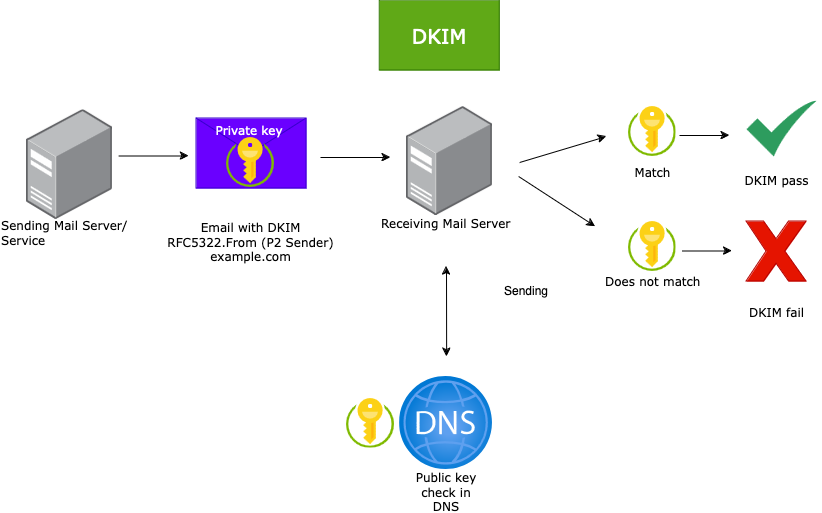
vand3rlinden/vand3rlinden.github.io keeps this draw.io diagram as docs/images/spf-dkim-dmarc-explanation/dkim-visual.png. Above is the earlier version. Source tidied: cells renumbered, new cells last; positions are measured from the earlier drawing's top-left corner, leaving out a move shared by most shapes. Source of this version:
```xml
<mxGraphModel>
  <root>
    <mxCell id="0" />
    <mxCell id="1" parent="0" />
    <mxCell id="2" value="DKIM" style="text;html=1;align=center;verticalAlign=middle;whiteSpace=wrap;rounded=0;fillColor=#60a917;strokeColor=#2D7600;fontColor=#ffffff;fontFamily=Verdana;fontSize=20;" parent="1" vertex="1">
      <mxGeometry x="380.1" width="120" height="70" as="geometry" />
    </mxCell>
    <mxCell id="3" style="shape=message;html=1;html=1;labelPosition=center;verticalLabelPosition=bottom;align=center;verticalAlign=top;fillColor=#6a00ff;fontColor=#ffffff;strokeColor=#3700CC;" parent="1" vertex="1">
      <mxGeometry x="197" y="118" width="110" height="70" as="geometry" />
    </mxCell>
    <mxCell id="4" style="image;sketch=0;html=1;align=center;fontSize=12;image=img/lib/mscae/Key_Vaults.svg;" parent="1" vertex="1">
      <mxGeometry x="227" y="137" width="48" height="50" as="geometry" />
    </mxCell>
    <mxCell id="5" value="Email with DKIM&lt;br&gt;&lt;div&gt;RFC5322.From (P2 Sender)&lt;/div&gt;&lt;div&gt;example.com&lt;br&gt;&lt;/div&gt;" style="text;html=1;align=center;verticalAlign=middle;strokeColor=none;fillColor=none;fontFamily=Verdana;" parent="1" vertex="1">
      <mxGeometry x="156" y="211" width="190" height="60" as="geometry" />
    </mxCell>
    <mxCell id="6" style="endArrow=classic;html=1;rounded=0;" parent="1" edge="1">
      <mxGeometry relative="1" as="geometry">
        <mxPoint x="321" y="157" as="sourcePoint" />
        <mxPoint x="391" y="157" as="targetPoint" />
      </mxGeometry>
    </mxCell>
    <mxCell id="7" style="image;html=1;align=center;shadow=0;dashed=0;image=img/lib/allied_telesis/computer_and_terminals/Server_Desktop.svg;" parent="1" vertex="1">
      <mxGeometry x="407" y="106" width="86.3" height="109.4" as="geometry" />
    </mxCell>
    <mxCell id="8" value="Receiving Mail Server" style="text;whiteSpace=wrap;html=1;fontFamily=Verdana;" parent="1" vertex="1">
      <mxGeometry x="380.1" y="209" width="140" height="40" as="geometry" />
    </mxCell>
    <mxCell id="9" style="image;html=1;align=center;fontSize=12;image=img/lib/azure2/networking/DNS_Zones.svg;" parent="1" vertex="1">
      <mxGeometry x="400.1" y="376" width="93.2" height="93.2" as="geometry" />
    </mxCell>
    <mxCell id="10" value="Private key" style="text;html=1;align=center;verticalAlign=middle;whiteSpace=wrap;rounded=0;fontColor=#FFFFFF;fontFamily=Verdana;" parent="1" vertex="1">
      <mxGeometry x="210" y="114" width="80" height="30" as="geometry" />
    </mxCell>
    <mxCell id="11" value="Public key check in DNS" style="text;html=1;align=center;verticalAlign=middle;whiteSpace=wrap;rounded=0;fontColor=#000000;fontFamily=Verdana;fontStyle=0;" parent="1" vertex="1">
      <mxGeometry x="406.7" y="476" width="80" height="30" as="geometry" />
    </mxCell>
    <mxCell id="12" style="endArrow=classic;startArrow=classic;html=1;rounded=0;" parent="1" edge="1">
      <mxGeometry relative="1" as="geometry">
        <mxPoint x="447.1" y="356" as="sourcePoint" />
        <mxPoint x="447" y="266" as="targetPoint" />
      </mxGeometry>
    </mxCell>
    <mxCell id="13" value="Match" style="text;html=1;align=center;verticalAlign=middle;strokeColor=none;fillColor=none;fontFamily=Verdana;" parent="1" vertex="1">
      <mxGeometry x="622.5" y="156" width="60" height="30" as="geometry" />
    </mxCell>
    <mxCell id="14" value="Does not match" style="text;whiteSpace=wrap;html=1;fontFamily=Verdana;" parent="1" vertex="1">
      <mxGeometry x="604" y="267" width="110" height="40" as="geometry" />
    </mxCell>
    <mxCell id="15" style="endArrow=classic;html=1;rounded=0;" parent="1" edge="1">
      <mxGeometry relative="1" as="geometry">
        <mxPoint x="520.1" y="162" as="sourcePoint" />
        <mxPoint x="607" y="136" as="targetPoint" />
      </mxGeometry>
    </mxCell>
    <mxCell id="16" style="endArrow=classic;html=1;rounded=0;fontStyle=0;" parent="1" edge="1">
      <mxGeometry relative="1" as="geometry">
        <mxPoint x="519.1" y="176" as="sourcePoint" />
        <mxPoint x="596" y="226" as="targetPoint" />
      </mxGeometry>
    </mxCell>
    <mxCell id="17" style="sketch=0;html=1;strokeColor=none;shadow=0;align=center;fillColor=#2D9C5E;verticalAlign=top;labelPosition=center;verticalLabelPosition=bottom;shape=mxgraph.gcp2.check;" parent="1" vertex="1">
      <mxGeometry x="747" y="100" width="70" height="56" as="geometry" />
    </mxCell>
    <mxCell id="18" value="DKIM pass" style="text;html=1;align=center;verticalAlign=middle;strokeColor=none;fillColor=none;fontFamily=Verdana;" parent="1" vertex="1">
      <mxGeometry x="732" y="164" width="90" height="30" as="geometry" />
    </mxCell>
    <mxCell id="19" style="verticalLabelPosition=bottom;verticalAlign=top;html=1;shape=mxgraph.basic.x;fillColor=#e51400;fontColor=#ffffff;strokeColor=#B20000;" parent="1" vertex="1">
      <mxGeometry x="747" y="221" width="60" height="60" as="geometry" />
    </mxCell>
    <mxCell id="20" value="DKIM fail" style="text;html=1;align=center;verticalAlign=middle;strokeColor=none;fillColor=none;fontFamily=Verdana;" parent="1" vertex="1">
      <mxGeometry x="737" y="296" width="80" height="30" as="geometry" />
    </mxCell>
    <mxCell id="21" style="endArrow=classic;html=1;rounded=0;" parent="1" edge="1">
      <mxGeometry relative="1" as="geometry">
        <mxPoint x="680" y="135" as="sourcePoint" />
        <mxPoint x="730" y="135" as="targetPoint" />
      </mxGeometry>
    </mxCell>
    <mxCell id="22" style="endArrow=classic;html=1;rounded=0;" parent="1" edge="1">
      <mxGeometry relative="1" as="geometry">
        <mxPoint x="682.5" y="250.5" as="sourcePoint" />
        <mxPoint x="732.5" y="250.5" as="targetPoint" />
      </mxGeometry>
    </mxCell>
    <mxCell id="23" style="image;sketch=0;html=1;align=center;fontSize=12;image=img/lib/mscae/Key_Vaults.svg;" parent="1" vertex="1">
      <mxGeometry x="347" y="397.6" width="48" height="50" as="geometry" />
    </mxCell>
    <mxCell id="24" style="image;sketch=0;html=1;align=center;fontSize=12;image=img/lib/mscae/Key_Vaults.svg;" parent="1" vertex="1">
      <mxGeometry x="628.5" y="106" width="48" height="50" as="geometry" />
    </mxCell>
    <mxCell id="25" style="image;sketch=0;html=1;align=center;fontSize=12;image=img/lib/mscae/Key_Vaults.svg;" parent="1" vertex="1">
      <mxGeometry x="628.5" y="221" width="48" height="50" as="geometry" />
    </mxCell>
    <mxCell id="26" value="Sending " style="text;html=1;align=center;verticalAlign=middle;whiteSpace=wrap;rounded=0;" parent="1" vertex="1">
      <mxGeometry x="497" y="276" width="60" height="30" as="geometry" />
    </mxCell>
    <mxCell id="27" style="image;html=1;align=center;shadow=0;dashed=0;image=img/lib/allied_telesis/computer_and_terminals/Server_Desktop.svg;" parent="1" vertex="1">
      <mxGeometry x="27" y="109.3" width="86.3" height="109.4" as="geometry" />
    </mxCell>
    <mxCell id="28" value="Sending Mail Server/Service" style="text;whiteSpace=wrap;html=1;fontFamily=Verdana;" parent="1" vertex="1">
      <mxGeometry x="0.1" y="210.7" width="140" height="40" as="geometry" />
    </mxCell>
    <mxCell id="29" style="endArrow=classic;html=1;rounded=0;" parent="1" edge="1">
      <mxGeometry relative="1" as="geometry">
        <mxPoint x="119.3" y="155.5" as="sourcePoint" />
        <mxPoint x="189.3" y="155.5" as="targetPoint" />
      </mxGeometry>
    </mxCell>
  </root>
</mxGraphModel>
```
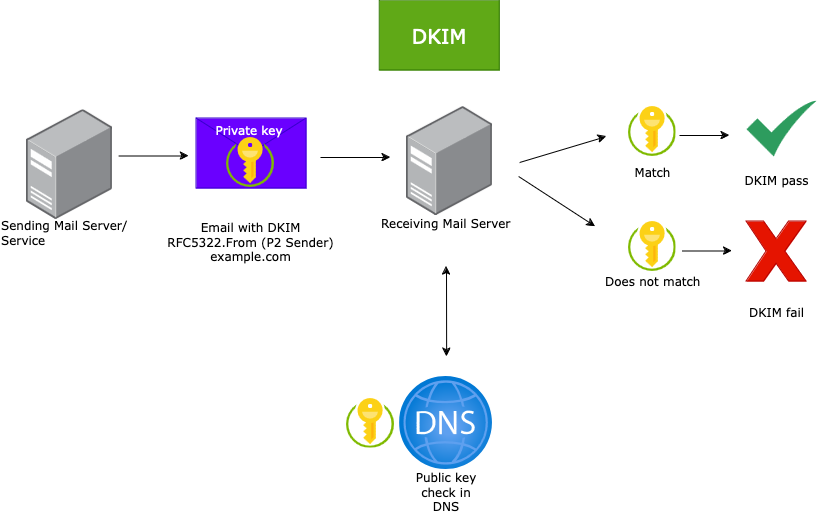
Later version of the same file.

What changed in the source:
```diff
@@ -92,9 +92,6 @@
     <mxCell id="25" style="image;sketch=0;html=1;align=center;fontSize=12;image=img/lib/mscae/Key_Vaults.svg;" parent="1" vertex="1">
       <mxGeometry x="628.5" y="221" width="48" height="50" as="geometry" />
     </mxCell>
-    <mxCell id="26" value="Sending " style="text;html=1;align=center;verticalAlign=middle;whiteSpace=wrap;rounded=0;" parent="1" vertex="1">
-      <mxGeometry x="497" y="276" width="60" height="30" as="geometry" />
-    </mxCell>
     <mxCell id="27" style="image;html=1;align=center;shadow=0;dashed=0;image=img/lib/allied_telesis/computer_and_terminals/Server_Desktop.svg;" parent="1" vertex="1">
       <mxGeometry x="27" y="109.3" width="86.3" height="109.4" as="geometry" />
     </mxCell>
```
